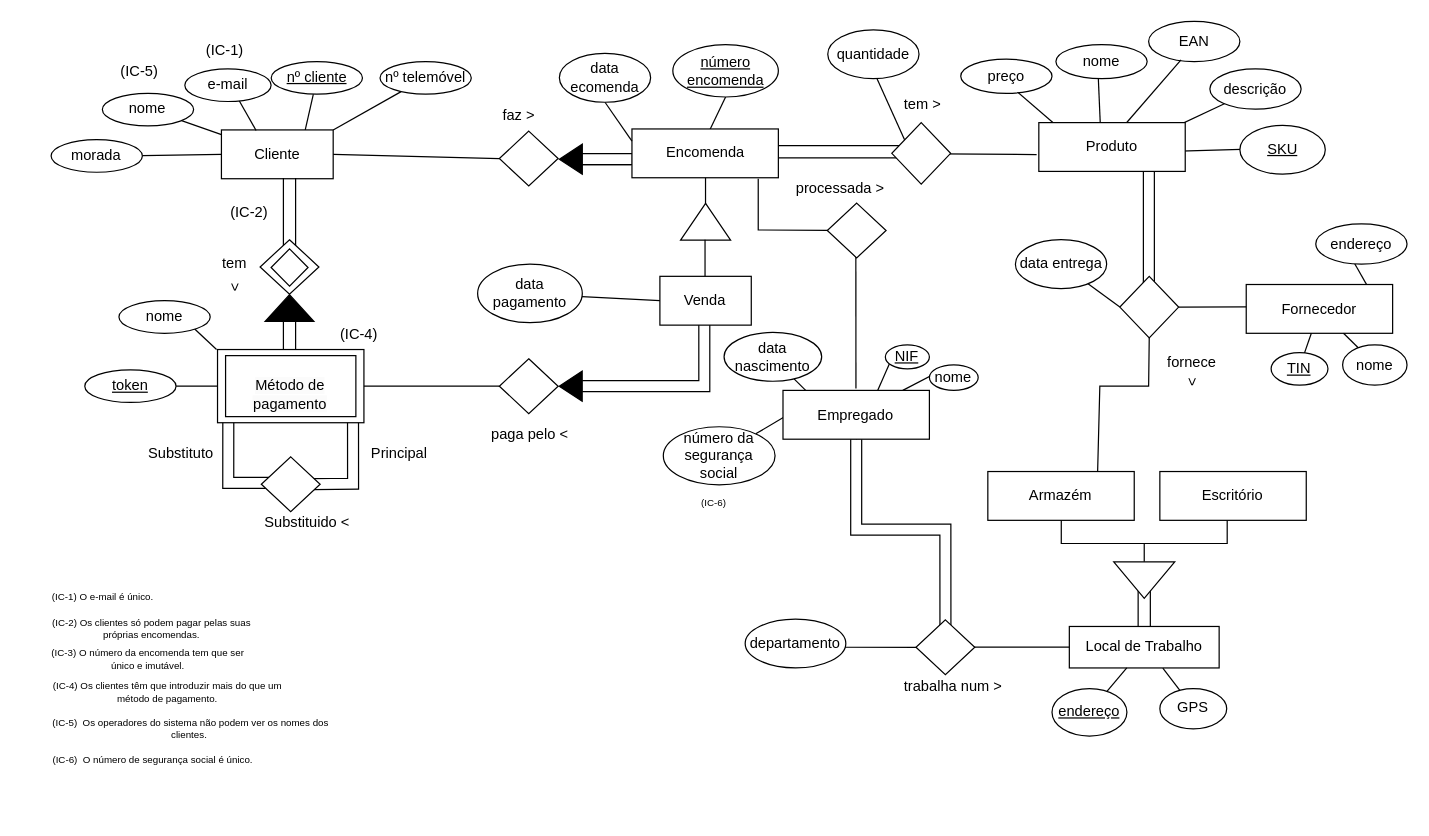
Above: Diagrama sem nome.drawio in SamuelGoncalves8/Bd-project (draw.io), before the change. Source tidied: cells renumbered, new cells numbered last; positions are measured from the earlier drawing's top-left corner, leaving out a move shared by most shapes. Both pictures are drawn from the tidied source at 122%, with x=0, y=0 at pixel (21, 21).
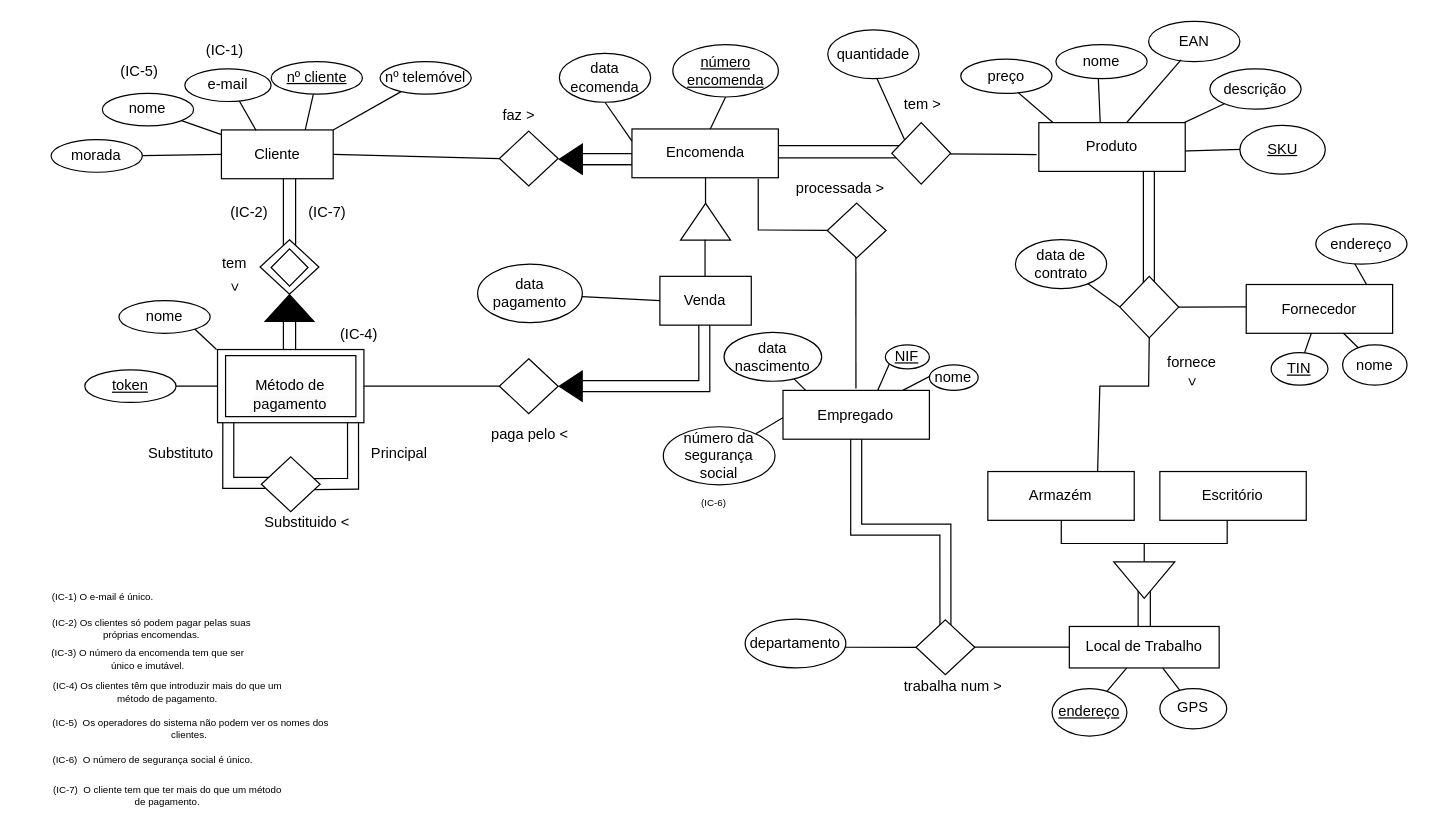
The same page after the edit.

What changed in the source:
```diff
@@
-    <mxCell id="74" value="data entrega" style="ellipse;whiteSpace=wrap;html=1;" parent="1" vertex="1">
+    <mxCell id="74" value="data de contrato" style="ellipse;whiteSpace=wrap;html=1;" parent="1" vertex="1">
       <mxGeometry x="814.8" y="179" width="74.8" height="40" as="geometry" />
     </mxCell>
@@
+    <mxCell id="128" value="(IC-7)" style="text;html=1;strokeColor=none;fillColor=none;align=center;verticalAlign=middle;whiteSpace=wrap;rounded=0;rotation=0;" parent="1" vertex="1">
+      <mxGeometry x="220.8" y="141.6" width="60" height="30" as="geometry" />
+    </mxCell>
+    <mxCell id="129" value="&lt;div&gt;(IC-7)&amp;nbsp; O cliente tem que ter mais do que um método de pagamento.&lt;/div&gt;" style="text;html=1;strokeColor=none;fillColor=none;align=center;verticalAlign=middle;whiteSpace=wrap;rounded=0;fontSize=8;" parent="1" vertex="1">
+      <mxGeometry x="22.6" y="620" width="193.5" height="30" as="geometry" />
+    </mxCell>
```
